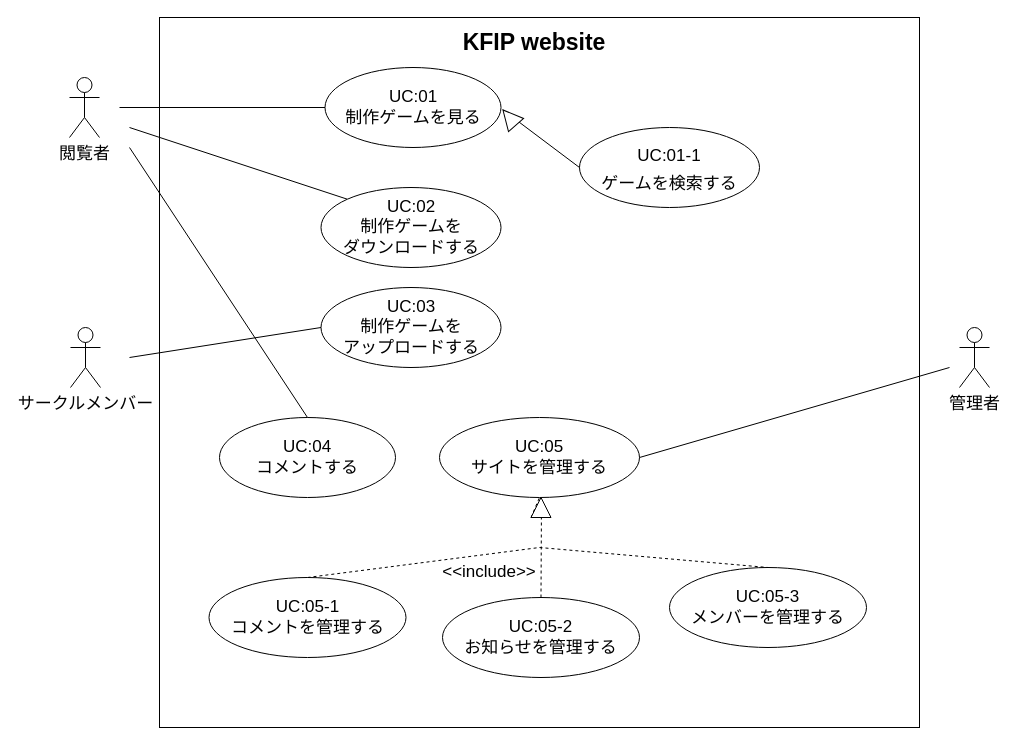
The draw.io diagram page "Use case" (1 of 3) of KFIPwebsite_usecase.drawio in AK-8420/documents_KFIPweb, before the edit. Source tidied: cells renumbered, new cells numbered last; positions are measured from the earlier drawing's top-left corner, leaving out a move shared by most shapes. Both pictures are drawn from the tidied source at 100%, with x=0, y=0 at pixel (69, 17).
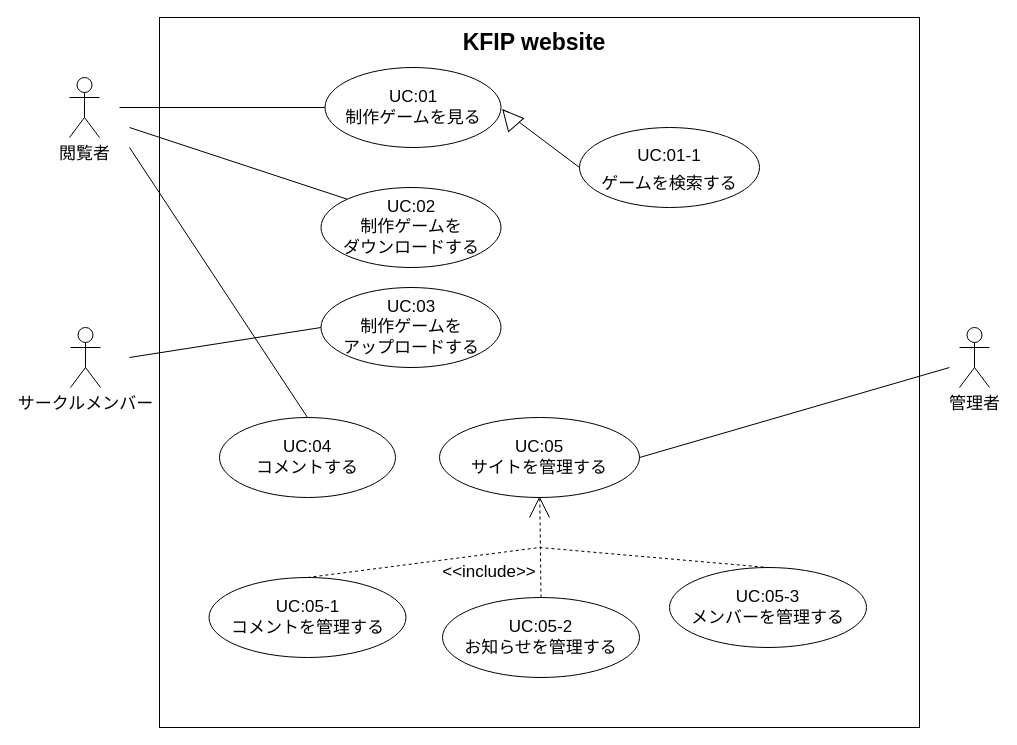
The same page after the edit.

The change refers to these unchanged cells:
```xml
<mxCell id="13" value="UC:05&lt;br&gt;サイトを管理する" style="ellipse;whiteSpace=wrap;html=1;fontSize=17;" parent="1" vertex="1">
  <mxGeometry x="370" y="400" width="200" height="80" as="geometry" />
</mxCell>
<mxCell id="19" value="UC:05-2&lt;br&gt;お知らせを管理する" style="ellipse;whiteSpace=wrap;html=1;fontSize=17;" parent="1" vertex="1">
  <mxGeometry x="373" y="580" width="197" height="80" as="geometry" />
</mxCell>
```

Diff of the diagram source:
```diff
@@
+    <mxCell id="29" style="shape=partialRectangle;whiteSpace=wrap;html=1;bottom=0;right=0;fillColor=none;fontSize=17;align=left;rotation=45;" parent="1" vertex="1">
+      <mxGeometry x="461.5" y="485" width="20" height="20" as="geometry" />
+    </mxCell>
@@
-    <mxCell id="20" style="endArrow=none;dashed=1;html=1;rounded=0;fontSize=17;exitX=0.5;exitY=0;exitDx=0;exitDy=0;" parent="1" edge="1" source="19">
-      <mxGeometry relative="1" as="geometry">
-        <mxPoint x="472" y="480" as="targetPoint" />
-      </mxGeometry>
-    </mxCell>
-    <mxCell id="21" style="endArrow=none;dashed=1;html=1;rounded=0;fontSize=17;exitX=0;exitY=0;exitDx=0;exitDy=0;entryX=0.5;entryY=1;entryDx=0;entryDy=0;startArrow=none;" parent="1" edge="1" source="22" target="13">
-      <mxGeometry relative="1" as="geometry" />
-    </mxCell>
-    <mxCell id="22" style="triangle;whiteSpace=wrap;html=1;fontSize=17;rotation=-90;" parent="1" vertex="1">
-      <mxGeometry x="461.5" y="480" width="20" height="20" as="geometry" />
-    </mxCell>
@@
+    <mxCell id="30" style="endArrow=none;dashed=1;html=1;rounded=0;fontSize=17;exitX=0.5;exitY=0;exitDx=0;exitDy=0;" parent="1" edge="1" source="19" target="13">
+      <mxGeometry relative="1" as="geometry" />
+    </mxCell>
+    <mxCell id="31" style="endArrow=none;html=1;rounded=0;fontSize=17;" parent="1" edge="1">
+      <mxGeometry relative="1" as="geometry">
+        <mxPoint x="460" y="500" as="sourcePoint" />
+        <mxPoint x="480" y="500" as="targetPoint" />
+        <Array as="points">
+          <mxPoint x="470" y="480" />
+        </Array>
+      </mxGeometry>
+    </mxCell>
```
